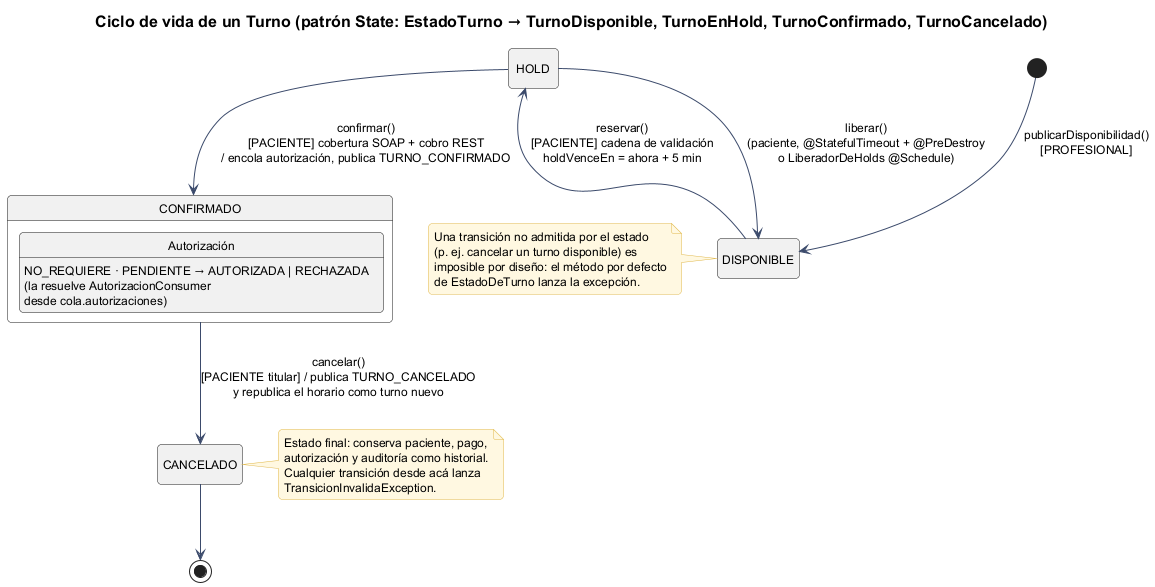
Before: docs/diagramas/06-estados-turno.png, a diagram exported from PlantUML (ToxicWork/MediConecta).
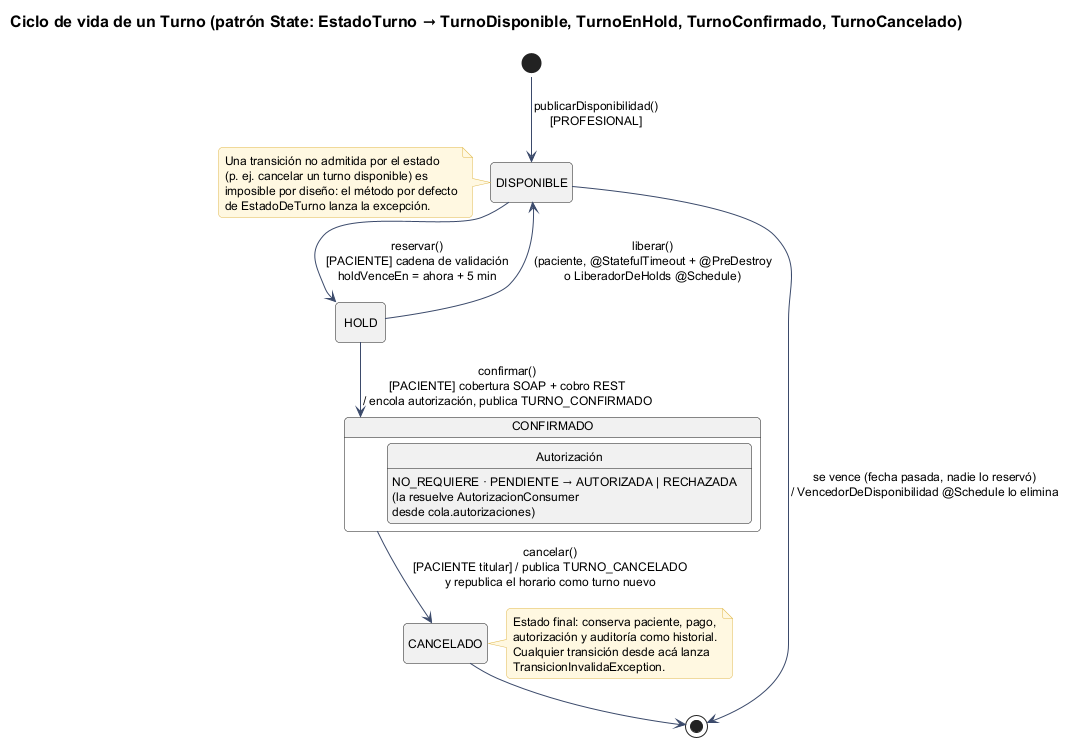
After the commit.

What changed in the source:
```diff
@@ -1,4 +1,5 @@
 @startuml 06-estados-turno
+!pragma layout smetana
 !include _estilo.iuml
 title Ciclo de vida de un Turno (patrón State: EstadoTurno → TurnoDisponible, TurnoEnHold, TurnoConfirmado, TurnoCancelado)
 hide empty description
@@ -9,6 +10,7 @@
 HOLD --> DISPONIBLE : liberar()\n(paciente, @StatefulTimeout + @PreDestroy\no LiberadorDeHolds @Schedule)
 CONFIRMADO --> CANCELADO : cancelar()\n[PACIENTE titular] / publica TURNO_CANCELADO\ny republica el horario como turno nuevo
 CANCELADO --> [*]
+DISPONIBLE --> [*] : se vence (fecha pasada, nadie lo reservó)\n/ VencedorDeDisponibilidad @Schedule lo elimina
 
 state CONFIRMADO {
   state "Autorización" as AUT
```
